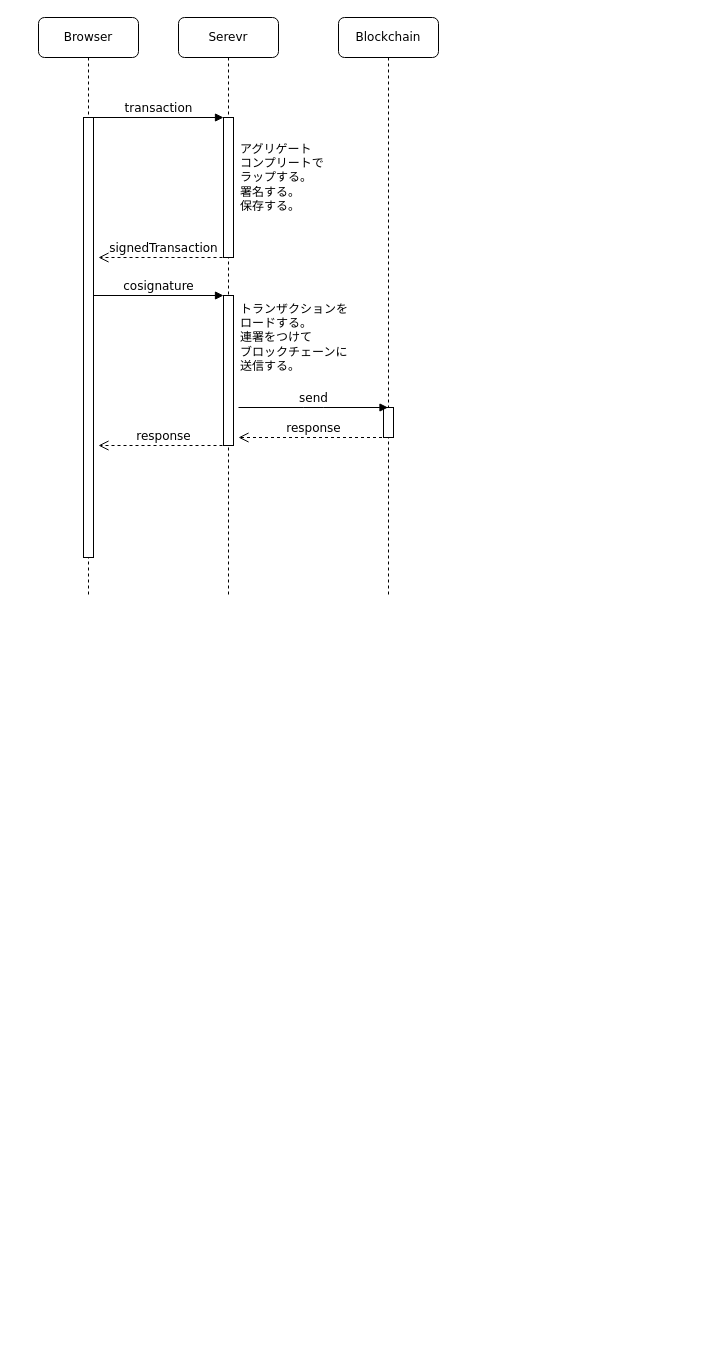
planethouki/images keeps this draw.io diagram as page "Page-2" (2 of 3) of draw.io/symbol-tx-relayer.drawio. Above is the earlier version. Source tidied: cells renumbered, new cells numbered last; positions are measured from the earlier drawing's top-left corner, leaving out a move shared by most shapes. Both pictures are drawn from the tidied source at 100%, with x=0, y=0 at pixel (38, 17).
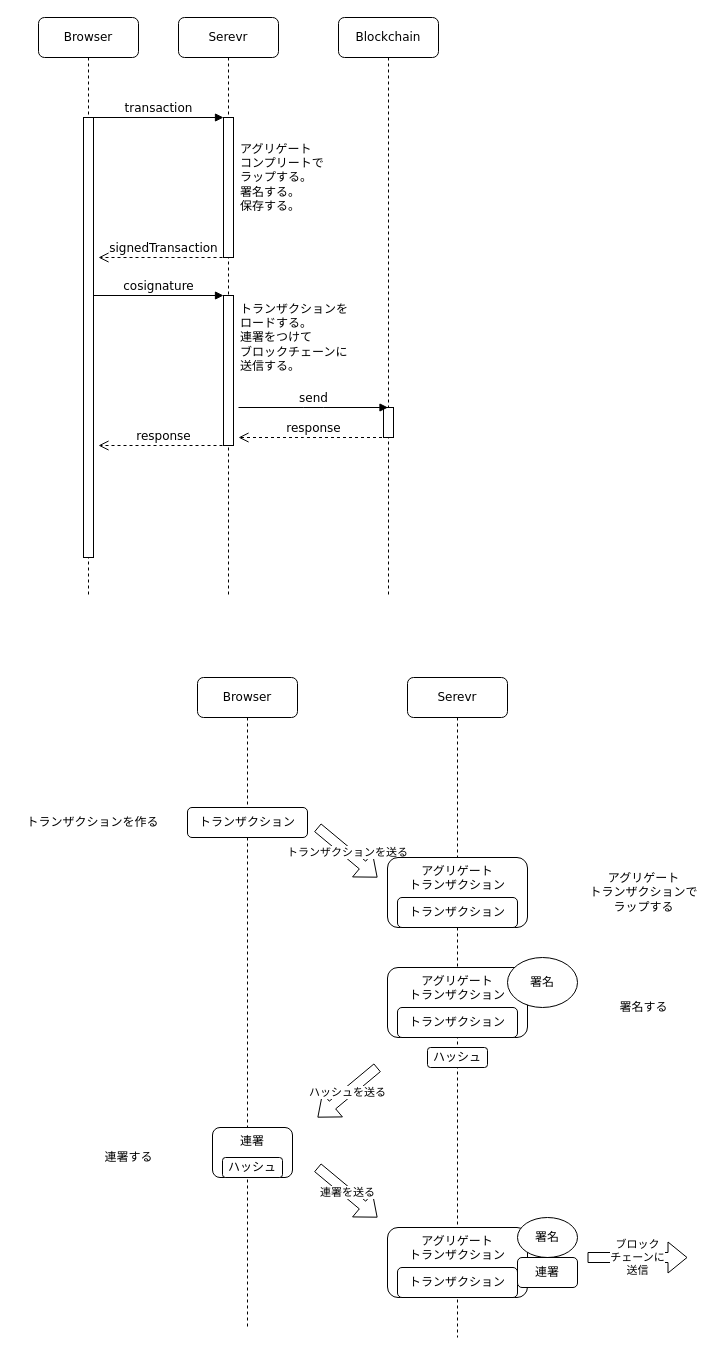
The same diagram, later.

Change to the diagram source:
```diff
@@
+    <mxCell id="17" value="Serevr" style="shape=umlLifeline;perimeter=lifelinePerimeter;whiteSpace=wrap;html=1;rounded=1;shadow=0;comic=0;labelBackgroundColor=none;strokeWidth=1;fontFamily=Verdana;fontSize=12;align=center;" parent="1" vertex="1">
+      <mxGeometry x="369" y="660" width="100" height="660" as="geometry" />
+    </mxCell>
+    <mxCell id="18" value="ハッシュ" style="rounded=1;whiteSpace=wrap;html=1;" parent="17" vertex="1">
+      <mxGeometry x="20" y="370" width="60" height="20" as="geometry" />
+    </mxCell>
+    <mxCell id="19" value="Browser" style="shape=umlLifeline;perimeter=lifelinePerimeter;whiteSpace=wrap;html=1;rounded=1;shadow=0;comic=0;labelBackgroundColor=none;strokeWidth=1;fontFamily=Verdana;fontSize=12;align=center;" parent="1" vertex="1">
+      <mxGeometry x="159" y="660" width="100" height="650" as="geometry" />
+    </mxCell>
+    <mxCell id="20" value="トランザクション" style="rounded=1;whiteSpace=wrap;html=1;" parent="1" vertex="1">
+      <mxGeometry x="149" y="790" width="120" height="30" as="geometry" />
+    </mxCell>
+    <mxCell id="21" value="トランザクションを送る" style="shape=flexArrow;endArrow=classic;html=1;" parent="1" edge="1">
+      <mxGeometry relative="1" as="geometry">
+        <mxPoint x="279" y="810" as="sourcePoint" />
+        <mxPoint x="339" y="860" as="targetPoint" />
+      </mxGeometry>
+    </mxCell>
+    <mxCell id="22" value="アグリゲート&lt;br&gt;トランザクション" style="rounded=1;whiteSpace=wrap;html=1;verticalAlign=top;" parent="1" vertex="1">
+      <mxGeometry x="349" y="840" width="140" height="70" as="geometry" />
+    </mxCell>
+    <mxCell id="23" value="トランザクション" style="rounded=1;whiteSpace=wrap;html=1;" parent="1" vertex="1">
+      <mxGeometry x="359" y="880" width="120" height="30" as="geometry" />
+    </mxCell>
+    <mxCell id="24" value="アグリゲート&lt;br&gt;トランザクション" style="rounded=1;whiteSpace=wrap;html=1;verticalAlign=top;" parent="1" vertex="1">
+      <mxGeometry x="349" y="950" width="140" height="70" as="geometry" />
+    </mxCell>
+    <mxCell id="25" value="トランザクション" style="rounded=1;whiteSpace=wrap;html=1;" parent="1" vertex="1">
+      <mxGeometry x="359" y="990" width="120" height="30" as="geometry" />
+    </mxCell>
+    <mxCell id="26" value="署名" style="ellipse;whiteSpace=wrap;html=1;" parent="1" vertex="1">
+      <mxGeometry x="469" y="940" width="70" height="50" as="geometry" />
+    </mxCell>
+    <mxCell id="27" value="ハッシュを送る" style="shape=flexArrow;endArrow=classic;html=1;" parent="1" edge="1">
+      <mxGeometry relative="1" as="geometry">
+        <mxPoint x="339" y="1050" as="sourcePoint" />
+        <mxPoint x="279" y="1100" as="targetPoint" />
+      </mxGeometry>
+    </mxCell>
+    <mxCell id="28" value="連署" style="rounded=1;whiteSpace=wrap;html=1;verticalAlign=top;" parent="1" vertex="1">
+      <mxGeometry x="174" y="1110" width="80" height="50" as="geometry" />
+    </mxCell>
+    <mxCell id="29" value="ハッシュ" style="rounded=1;whiteSpace=wrap;html=1;" parent="1" vertex="1">
+      <mxGeometry x="184" y="1140" width="60" height="20" as="geometry" />
+    </mxCell>
+    <mxCell id="30" value="連署を送る" style="shape=flexArrow;endArrow=classic;html=1;" parent="1" edge="1">
+      <mxGeometry relative="1" as="geometry">
+        <mxPoint x="279" y="1150" as="sourcePoint" />
+        <mxPoint x="339" y="1200" as="targetPoint" />
+      </mxGeometry>
+    </mxCell>
+    <mxCell id="31" value="アグリゲート&lt;br&gt;トランザクション" style="rounded=1;whiteSpace=wrap;html=1;verticalAlign=top;" parent="1" vertex="1">
+      <mxGeometry x="349" y="1210" width="140" height="70" as="geometry" />
+    </mxCell>
+    <mxCell id="32" value="署名" style="ellipse;whiteSpace=wrap;html=1;" parent="1" vertex="1">
+      <mxGeometry x="479" y="1200" width="60" height="40" as="geometry" />
+    </mxCell>
+    <mxCell id="33" value="トランザクション" style="rounded=1;whiteSpace=wrap;html=1;" parent="1" vertex="1">
+      <mxGeometry x="359" y="1250" width="120" height="30" as="geometry" />
+    </mxCell>
+    <mxCell id="34" value="連署" style="rounded=1;whiteSpace=wrap;html=1;verticalAlign=middle;" parent="1" vertex="1">
+      <mxGeometry x="479" y="1240" width="60" height="30" as="geometry" />
+    </mxCell>
+    <mxCell id="35" value="ブロック&lt;br&gt;チェーンに&lt;br&gt;送信" style="shape=flexArrow;endArrow=classic;html=1;" parent="1" edge="1">
+      <mxGeometry relative="1" as="geometry">
+        <mxPoint x="549" y="1240" as="sourcePoint" />
+        <mxPoint x="649" y="1240" as="targetPoint" />
+      </mxGeometry>
+    </mxCell>
+    <mxCell id="36" value="トランザクションを作る" style="text;html=1;align=center;verticalAlign=middle;" parent="1" vertex="1">
+      <mxGeometry x="-21" y="795" width="150" height="20" as="geometry" />
+    </mxCell>
+    <mxCell id="37" value="アグリゲート&lt;br&gt;トランザクションで&lt;br&gt;ラップする" style="text;html=1;align=center;verticalAlign=middle;" parent="1" vertex="1">
+      <mxGeometry x="545" y="850" width="120" height="50" as="geometry" />
+    </mxCell>
+    <mxCell id="38" value="署名する" style="text;html=1;align=center;verticalAlign=middle;" parent="1" vertex="1">
+      <mxGeometry x="575" y="980" width="60" height="20" as="geometry" />
+    </mxCell>
+    <mxCell id="39" value="連署する" style="text;html=1;align=center;verticalAlign=middle;" parent="1" vertex="1">
+      <mxGeometry x="60" y="1130" width="60" height="20" as="geometry" />
+    </mxCell>
```
